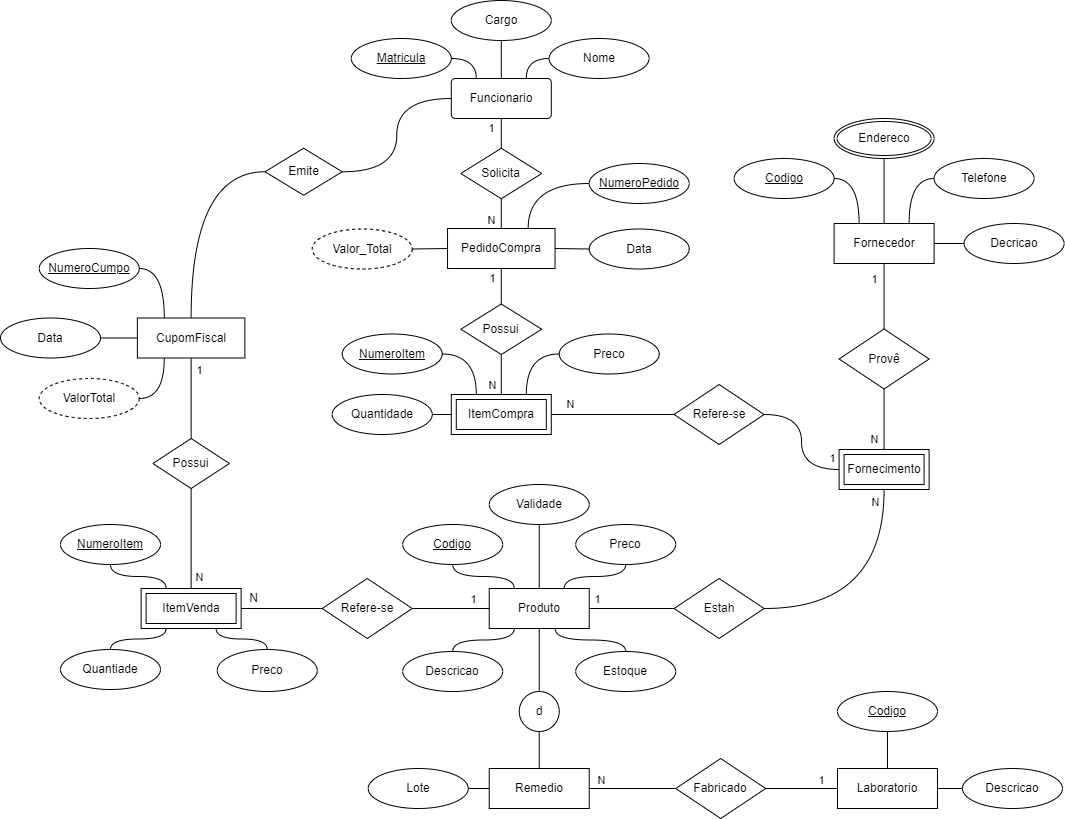
ICEI-PUCMinas-PSG-SI-TI/psg-si-2025-1-p3-tiapn-6818100-farmacia-popular keeps this draw.io diagram as docs/images/mer.png. Above is the earlier version. Source tidied: cells renumbered, new cells last; positions are measured from the earlier drawing's top-left corner, leaving out a move shared by most shapes.
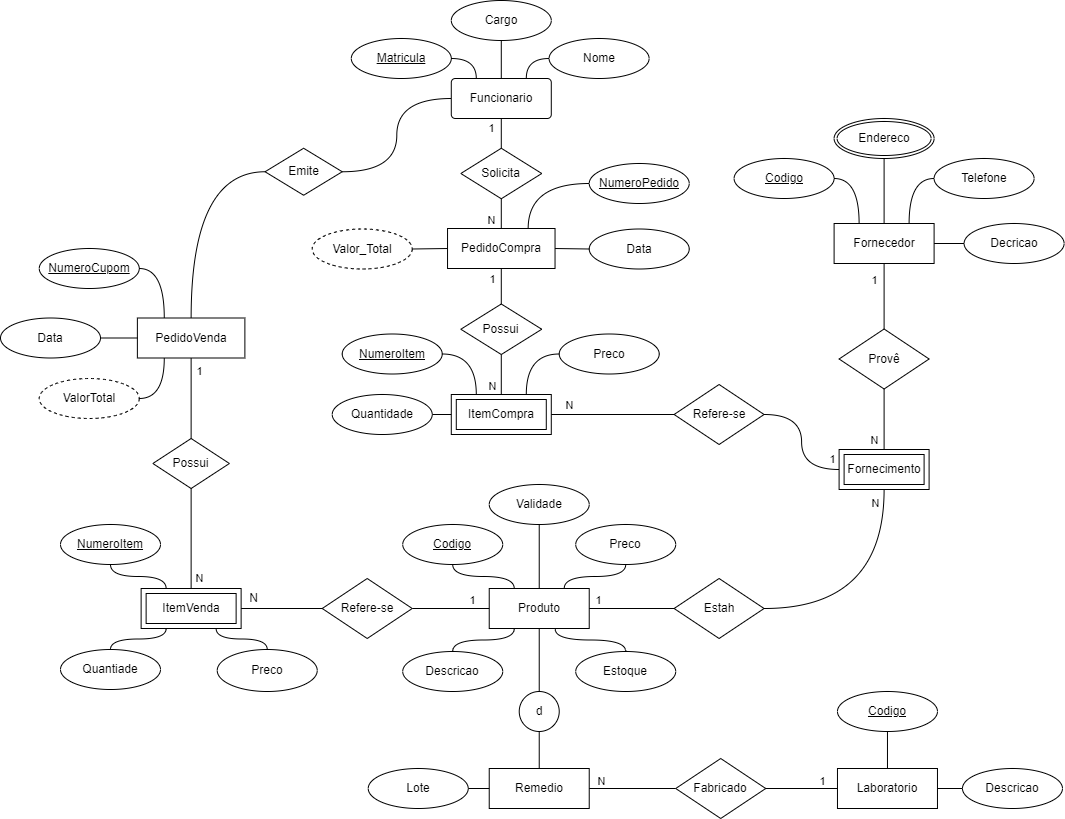
The same file after the commit.

Diff of the diagram source:
```diff
@@ -50,7 +50,7 @@
     <mxCell id="17" style="endArrow=none;html=1;rounded=0;edgeStyle=orthogonalEdgeStyle;curved=1;exitX=0.25;exitY=1;exitDx=0;exitDy=0;" parent="1" edge="1" source="6" target="11">
       <mxGeometry relative="1" as="geometry" />
     </mxCell>
-    <mxCell id="18" value="CupomFiscal" style="whiteSpace=wrap;html=1;align=center;" parent="1" vertex="1">
+    <mxCell id="18" value="PedidoVenda" style="whiteSpace=wrap;html=1;align=center;" parent="1" vertex="1">
       <mxGeometry x="136.9" y="317.5" width="107.5" height="40" as="geometry" />
     </mxCell>
     <mxCell id="19" value="ValorTotal" style="ellipse;whiteSpace=wrap;html=1;align=center;dashed=1;" parent="1" vertex="1">
@@ -68,7 +68,7 @@
     <mxCell id="23" value="Data" style="ellipse;whiteSpace=wrap;html=1;align=center;" parent="1" vertex="1">
       <mxGeometry y="317.5" width="100" height="40" as="geometry" />
     </mxCell>
-    <mxCell id="24" value="NumeroCumpo" style="ellipse;whiteSpace=wrap;html=1;align=center;fontStyle=4;" parent="1" vertex="1">
+    <mxCell id="24" value="NumeroCupom" style="ellipse;whiteSpace=wrap;html=1;align=center;fontStyle=4;" parent="1" vertex="1">
       <mxGeometry x="38.8" y="248" width="100" height="40" as="geometry" />
     </mxCell>
     <mxCell id="25" value="Possui" style="shape=rhombus;perimeter=rhombusPerimeter;whiteSpace=wrap;html=1;align=center;" parent="1" vertex="1">
```
